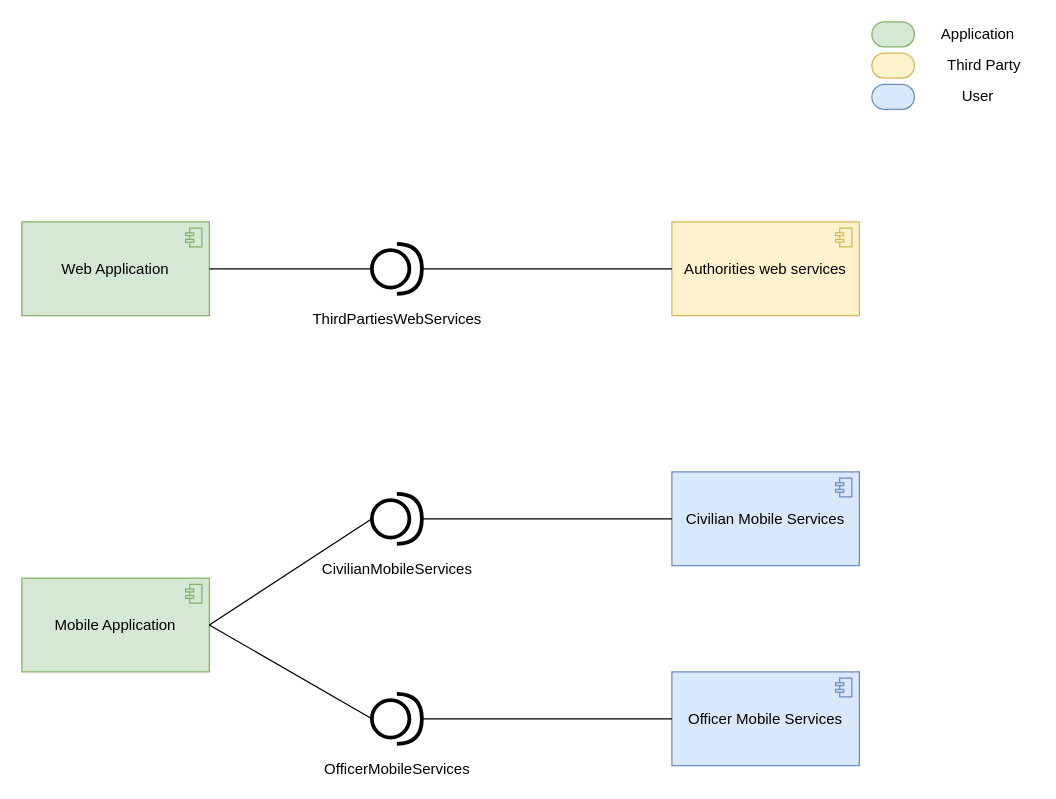
Before: DD/images/Drawio/ComponentDiagram.drawio in marcuz1996/Software-Engineering-Project, a draw.io diagram. Source tidied: cells renumbered, new cells numbered last; positions are measured from the earlier drawing's top-left corner, leaving out a move shared by most shapes. Both pictures are drawn from the tidied source at 125%, with x=0, y=0 at pixel (21, 21).
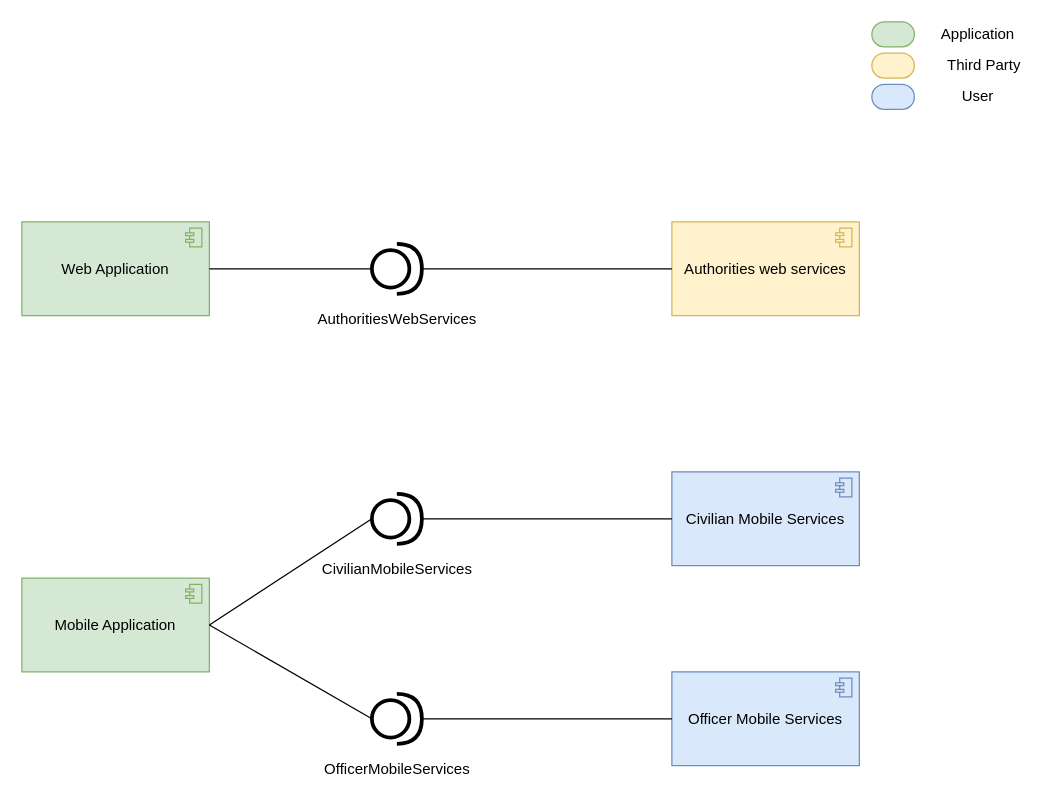
The same diagram, later.

Commit message (it also covers changes not shown here):
Component view

The edit, as a diff of the source:
```diff
@@
-    <mxCell id="4" value="ThirdPartiesWebServices" style="shape=providedRequiredInterface;html=1;verticalLabelPosition=bottom;strokeWidth=3;" parent="1" vertex="1">
+    <mxCell id="4" value="AuthoritiesWebServices" style="shape=providedRequiredInterface;html=1;verticalLabelPosition=bottom;strokeWidth=3;" parent="1" vertex="1">
       <mxGeometry x="280" y="177.5" width="40" height="40" as="geometry" />
     </mxCell>
```
